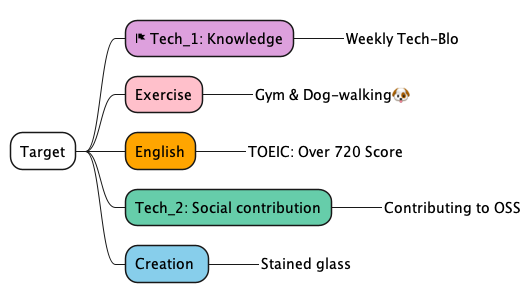
Before: test.png, a diagram exported from PlantUML (Ishizuka427/MindMap).
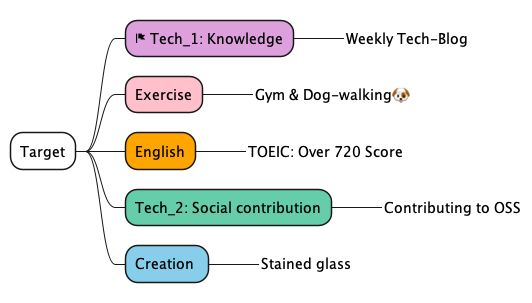
Later version of the same file.

Diff of the diagram source:
```diff
@@ -1,7 +1,7 @@
 @startmindmap
 *[#white] Target
 **[#plum] <&flag> Tech_1: Knowledge
-***_ Weekly Tech-Blo
+***_ Weekly Tech-Blog
 **[#pink] Exercise
 ***_ Gym & Dog-walking🐶
 **[#orange] English
```
